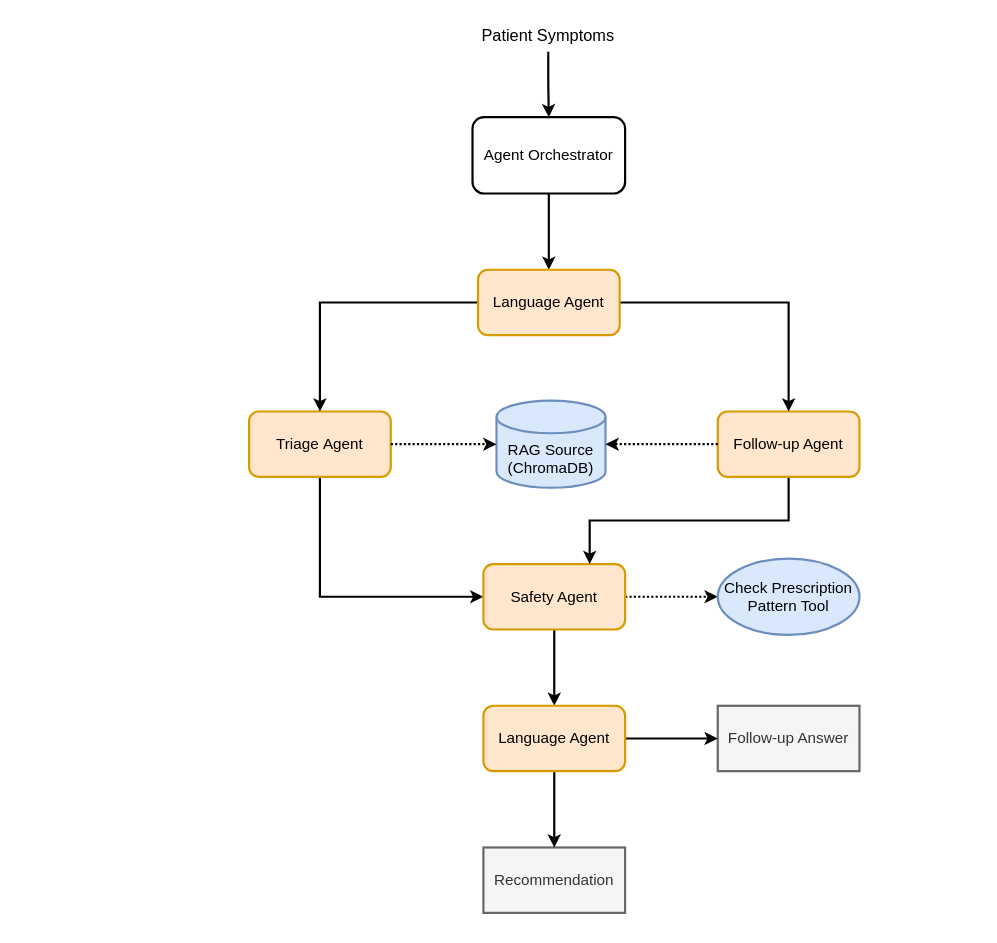
Earlier version of the draw.io diagram mediguideai.drawio (sandeepgit32/MediGuideAI). Source tidied: cells renumbered, new cells numbered last; positions are measured from the earlier drawing's top-left corner, leaving out a move shared by most shapes. Both pictures are drawn from the tidied source at 109%, with x=0, y=0 at pixel (249, 19).
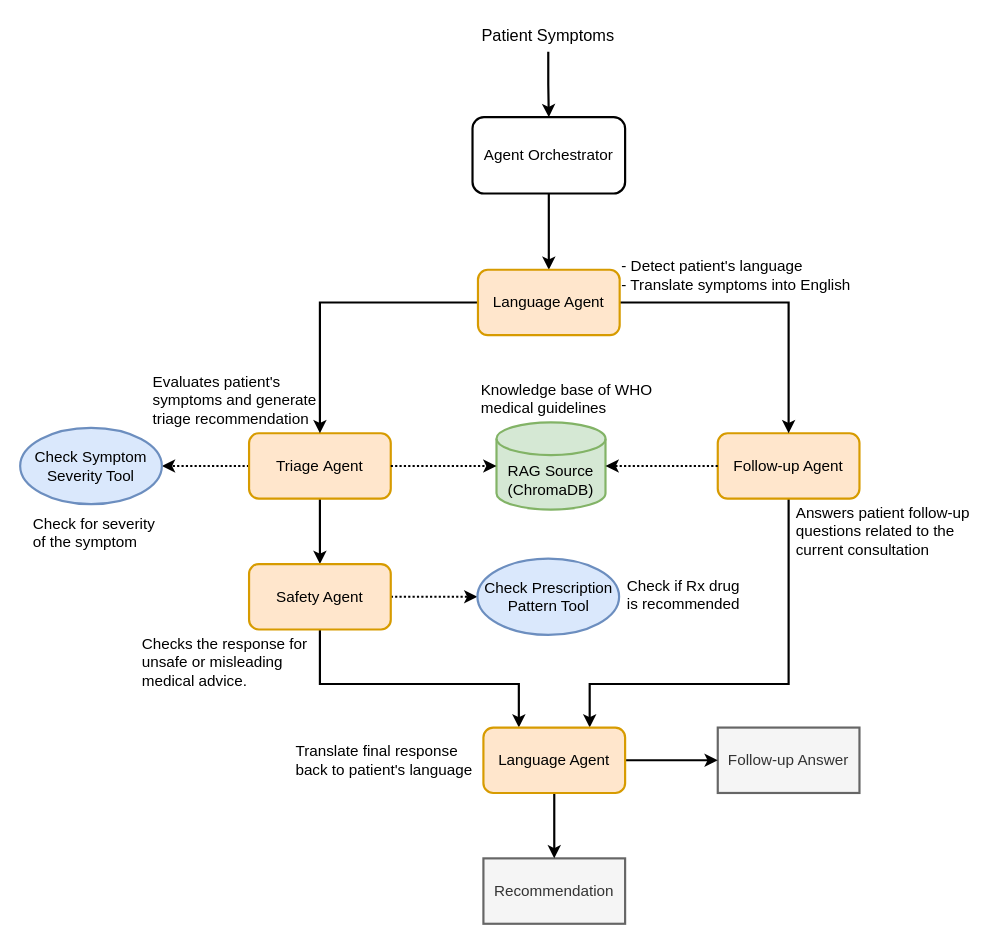
After the change.

Diff of the diagram source:
```diff
@@
+    <mxCell id="25" style="edgeStyle=orthogonalEdgeStyle;rounded=0;jettySize=auto;html=1;exitX=0;exitY=0.5;exitDx=0;exitDy=0;entryX=1;entryY=0.5;entryDx=0;entryDy=0;dashed=1;dashPattern=1 1;strokeWidth=2;" parent="1" edge="1" source="3" target="27">
+      <mxGeometry relative="1" as="geometry" />
+    </mxCell>
-    <mxCell id="2" style="edgeStyle=orthogonalEdgeStyle;rounded=0;jettySize=auto;html=1;exitX=0.5;exitY=1;exitDx=0;exitDy=0;entryX=0;entryY=0.5;entryDx=0;entryDy=0;strokeWidth=2;" parent="1" edge="1" source="3" target="6">
+    <mxCell id="2" style="edgeStyle=orthogonalEdgeStyle;rounded=0;jettySize=auto;html=1;exitX=0.5;exitY=1;exitDx=0;exitDy=0;entryX=0.5;entryY=0;entryDx=0;entryDy=0;strokeWidth=2;" parent="1" edge="1" source="3" target="6">
       <mxGeometry relative="1" as="geometry" />
     </mxCell>
     <mxCell id="3" value="&lt;font style=&quot;font-size: 14px;&quot;&gt;Triage&amp;nbsp;&lt;/font&gt;&lt;span style=&quot;font-size: 14px; background-color: transparent; color: light-dark(rgb(0, 0, 0), rgb(255, 255, 255));&quot;&gt;Agent&lt;/span&gt;" style="rounded=1;whiteSpace=wrap;html=1;strokeWidth=2;fillColor=#ffe6cc;strokeColor=#d79b00;" parent="1" vertex="1">
-      <mxGeometry y="360" width="130" height="60" as="geometry" />
+      <mxGeometry y="380" width="130" height="60" as="geometry" />
     </mxCell>
-    <mxCell id="4" style="edgeStyle=orthogonalEdgeStyle;rounded=0;jettySize=auto;html=1;exitX=0.5;exitY=1;exitDx=0;exitDy=0;strokeWidth=2;" parent="1" edge="1" source="6" target="23">
-      <mxGeometry relative="1" as="geometry" />
+    <mxCell id="4" style="edgeStyle=orthogonalEdgeStyle;rounded=0;jettySize=auto;html=1;exitX=0.5;exitY=1;exitDx=0;exitDy=0;strokeWidth=2;entryX=0.25;entryY=0;entryDx=0;entryDy=0;" parent="1" edge="1" source="6" target="23">
+      <mxGeometry relative="1" as="geometry">
+        <Array as="points">
+          <mxPoint x="65" y="610" />
+          <mxPoint x="248" y="610" />
+        </Array>
+      </mxGeometry>
     </mxCell>
-    <mxCell id="5" style="edgeStyle=orthogonalEdgeStyle;rounded=0;jettySize=auto;html=1;exitX=1;exitY=0.5;exitDx=0;exitDy=0;entryX=0;entryY=0.5;entryDx=0;entryDy=0;dashed=1;dashPattern=1 1;strokeWidth=2;" parent="1" edge="1" source="6" target="24">
+    <mxCell id="5" style="edgeStyle=orthogonalEdgeStyle;rounded=0;jettySize=auto;html=1;entryX=0;entryY=0.5;entryDx=0;entryDy=0;strokeWidth=2;dashed=1;dashPattern=1 1;" parent="1" edge="1" source="6" target="24">
       <mxGeometry relative="1" as="geometry" />
     </mxCell>
     <mxCell id="6" value="&lt;span style=&quot;font-size: 14px;&quot;&gt;Safety Agent&lt;/span&gt;" style="rounded=1;whiteSpace=wrap;html=1;strokeWidth=2;fillColor=#ffe6cc;strokeColor=#d79b00;" parent="1" vertex="1">
-      <mxGeometry x="215" y="500" width="130" height="60" as="geometry" />
+      <mxGeometry y="500" width="130" height="60" as="geometry" />
     </mxCell>
-    <mxCell id="7" style="edgeStyle=orthogonalEdgeStyle;rounded=0;jettySize=auto;html=1;exitX=0.5;exitY=1;exitDx=0;exitDy=0;entryX=0.75;entryY=0;entryDx=0;entryDy=0;strokeWidth=2;" parent="1" edge="1" source="8" target="6">
-      <mxGeometry relative="1" as="geometry" />
-    </mxCell>
+    <mxCell id="26" style="edgeStyle=orthogonalEdgeStyle;rounded=0;jettySize=auto;html=1;exitX=0.5;exitY=1;exitDx=0;exitDy=0;entryX=0.75;entryY=0;entryDx=0;entryDy=0;strokeWidth=2;" parent="1" edge="1" source="8" target="23">
+      <mxGeometry relative="1" as="geometry">
+        <Array as="points">
+          <mxPoint x="495" y="610" />
+          <mxPoint x="313" y="610" />
+        </Array>
+      </mxGeometry>
+    </mxCell>
     <mxCell id="8" value="&lt;div&gt;&lt;font style=&quot;font-size: 14px;&quot;&gt;Follow-up Agent&lt;/font&gt;&lt;/div&gt;" style="rounded=1;whiteSpace=wrap;html=1;strokeWidth=2;fillColor=#ffe6cc;strokeColor=#d79b00;" parent="1" vertex="1">
-      <mxGeometry x="430" y="360" width="130" height="60" as="geometry" />
+      <mxGeometry x="430" y="380" width="130" height="60" as="geometry" />
     </mxCell>
@@
-    <mxCell id="16" value="&lt;font style=&quot;font-size: 14px;&quot;&gt;RAG Source&lt;/font&gt;&lt;div&gt;&lt;font style=&quot;font-size: 14px;&quot;&gt;(ChromaDB)&lt;/font&gt;&lt;/div&gt;" style="shape=cylinder3;whiteSpace=wrap;html=1;boundedLbl=1;backgroundOutline=1;size=15;strokeWidth=2;fillColor=#dae8fc;strokeColor=#6c8ebf;" parent="1" vertex="1">
-      <mxGeometry x="227" y="350" width="100" height="80" as="geometry" />
+    <mxCell id="16" value="&lt;font style=&quot;font-size: 14px;&quot;&gt;RAG Source&lt;/font&gt;&lt;div&gt;&lt;font style=&quot;font-size: 14px;&quot;&gt;(ChromaDB)&lt;/font&gt;&lt;/div&gt;" style="shape=cylinder3;whiteSpace=wrap;html=1;boundedLbl=1;backgroundOutline=1;size=15;strokeWidth=2;fillColor=#d5e8d4;strokeColor=#82b366;" parent="1" vertex="1">
+      <mxGeometry x="227" y="370" width="100" height="80" as="geometry" />
     </mxCell>
     <mxCell id="17" value="&lt;font style=&quot;font-size: 14px;&quot;&gt;Recommendation&lt;/font&gt;" style="rounded=0;whiteSpace=wrap;html=1;strokeWidth=2;fillColor=#f5f5f5;fontColor=#333333;strokeColor=#666666;" parent="1" vertex="1">
-      <mxGeometry x="215" y="760" width="130" height="60" as="geometry" />
+      <mxGeometry x="215" y="770" width="130" height="60" as="geometry" />
     </mxCell>
     <mxCell id="18" value="&lt;font style=&quot;font-size: 14px;&quot;&gt;Follow-up Answer&lt;/font&gt;" style="rounded=0;whiteSpace=wrap;html=1;strokeWidth=2;fillColor=#f5f5f5;fontColor=#333333;strokeColor=#666666;" parent="1" vertex="1">
-      <mxGeometry x="430" y="630" width="130" height="60" as="geometry" />
+      <mxGeometry x="430" y="650" width="130" height="60" as="geometry" />
     </mxCell>
@@
     <mxCell id="23" value="&lt;div&gt;&lt;span style=&quot;font-size: 14px;&quot;&gt;Language Agent&lt;/span&gt;&lt;/div&gt;" style="rounded=1;whiteSpace=wrap;html=1;strokeWidth=2;fillColor=#ffe6cc;strokeColor=#d79b00;" parent="1" vertex="1">
-      <mxGeometry x="215" y="630" width="130" height="60" as="geometry" />
+      <mxGeometry x="215" y="650" width="130" height="60" as="geometry" />
     </mxCell>
     <mxCell id="24" value="&lt;font style=&quot;font-size: 14px;&quot;&gt;Check Prescription Pattern Tool&lt;/font&gt;" style="ellipse;whiteSpace=wrap;html=1;fillColor=#dae8fc;strokeColor=#6c8ebf;strokeWidth=2;" parent="1" vertex="1">
-      <mxGeometry x="430" y="495" width="130" height="70" as="geometry" />
+      <mxGeometry x="209.5" y="495" width="130" height="70" as="geometry" />
     </mxCell>
+    <mxCell id="27" value="&lt;font style=&quot;font-size: 14px;&quot;&gt;Check Symptom Severity Tool&lt;/font&gt;" style="ellipse;whiteSpace=wrap;html=1;fillColor=#dae8fc;strokeColor=#6c8ebf;strokeWidth=2;" parent="1" vertex="1">
+      <mxGeometry x="-210" y="375" width="130" height="70" as="geometry" />
+    </mxCell>
+    <mxCell id="28" value="&lt;div&gt;&lt;font style=&quot;font-size: 14px;&quot;&gt;- Detect patient's language&lt;/font&gt;&lt;/div&gt;&lt;font style=&quot;font-size: 14px;&quot;&gt;- Translate symptoms into English&lt;/font&gt;" style="text;html=1;whiteSpace=wrap;strokeColor=none;fillColor=none;align=left;verticalAlign=middle;rounded=0;" parent="1" vertex="1">
+      <mxGeometry x="339.5" y="210" width="235" height="50" as="geometry" />
+    </mxCell>
+    <mxCell id="29" value="&lt;div&gt;&lt;span style=&quot;font-size: 14px; background-color: transparent; color: light-dark(rgb(0, 0, 0), rgb(255, 255, 255));&quot;&gt;Translate final response back to patient's language&lt;/span&gt;&lt;/div&gt;" style="text;html=1;whiteSpace=wrap;strokeColor=none;fillColor=none;align=left;verticalAlign=middle;rounded=0;" parent="1" vertex="1">
+      <mxGeometry x="41" y="655" width="170" height="50" as="geometry" />
+    </mxCell>
+    <mxCell id="30" value="&lt;div&gt;&lt;span style=&quot;font-size: 14px; background-color: transparent; color: light-dark(rgb(0, 0, 0), rgb(255, 255, 255));&quot;&gt;Evaluates patient's symptoms and generate triage recommendation&lt;/span&gt;&lt;/div&gt;" style="text;html=1;whiteSpace=wrap;strokeColor=none;fillColor=none;align=left;verticalAlign=middle;rounded=0;" parent="1" vertex="1">
+      <mxGeometry x="-90" y="325" width="170" height="50" as="geometry" />
+    </mxCell>
+    <mxCell id="31" value="&lt;font style=&quot;font-size: 14px;&quot;&gt;Checks the response for unsafe or misleading medical advice.&lt;/font&gt;" style="text;html=1;whiteSpace=wrap;strokeColor=none;fillColor=none;align=left;verticalAlign=middle;rounded=0;" parent="1" vertex="1">
+      <mxGeometry x="-100" y="565" width="180" height="50" as="geometry" />
+    </mxCell>
+    <mxCell id="32" value="&lt;div&gt;&lt;span style=&quot;font-size: 14px;&quot;&gt;Answers patient follow-up questions related to the current&amp;nbsp;&lt;/span&gt;&lt;span style=&quot;font-size: 14px; background-color: transparent; color: light-dark(rgb(0, 0, 0), rgb(255, 255, 255));&quot;&gt;consultation&lt;/span&gt;&lt;/div&gt;" style="text;html=1;whiteSpace=wrap;strokeColor=none;fillColor=none;align=left;verticalAlign=middle;rounded=0;" parent="1" vertex="1">
+      <mxGeometry x="500" y="445" width="170" height="50" as="geometry" />
+    </mxCell>
+    <mxCell id="33" value="&lt;font style=&quot;font-size: 14px;&quot;&gt;Knowledge base of WHO medical guidelines&lt;/font&gt;" style="text;whiteSpace=wrap;html=1;" parent="1" vertex="1">
+      <mxGeometry x="211" y="325" width="160" height="40" as="geometry" />
+    </mxCell>
+    <mxCell id="34" value="&lt;font style=&quot;font-size: 14px;&quot;&gt;Check if Rx drug&lt;/font&gt;&lt;div&gt;&lt;font style=&quot;font-size: 14px;&quot;&gt;is recommended&lt;/font&gt;&lt;/div&gt;" style="text;whiteSpace=wrap;html=1;" parent="1" vertex="1">
+      <mxGeometry x="345" y="505" width="110" height="45" as="geometry" />
+    </mxCell>
+    <mxCell id="35" value="&lt;span style=&quot;font-size: 14px;&quot;&gt;Check for severity of the symptom&lt;/span&gt;" style="text;whiteSpace=wrap;html=1;" parent="1" vertex="1">
+      <mxGeometry x="-200" y="447.5" width="120" height="45" as="geometry" />
+    </mxCell>
```
